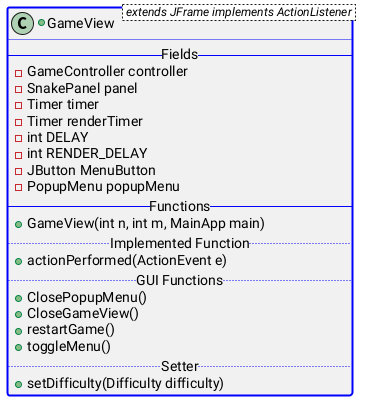
CamerJunker/Snake keeps this PlantUML diagram as src/main/ClassDiagram/ViewDiagram.png. Above is the earlier version.
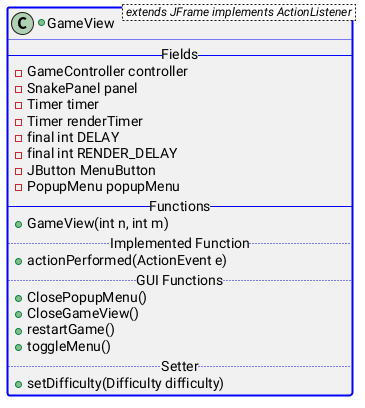
The same file after the commit.

The edit, as a diff of the source:
```diff
@@ -5,12 +5,12 @@
     -SnakePanel panel
     -Timer timer
     -Timer renderTimer
-    -int DELAY
-    -int RENDER_DELAY
+    -final int DELAY
+    -final int RENDER_DELAY
     -JButton MenuButton
     -PopupMenu popupMenu
     -- Functions --
-    +GameView(int n, int m, MainApp main)
+    +GameView(int n, int m)
     ..Implemented Function..
     +actionPerformed(ActionEvent e)
     .. GUI Functions ..
```
